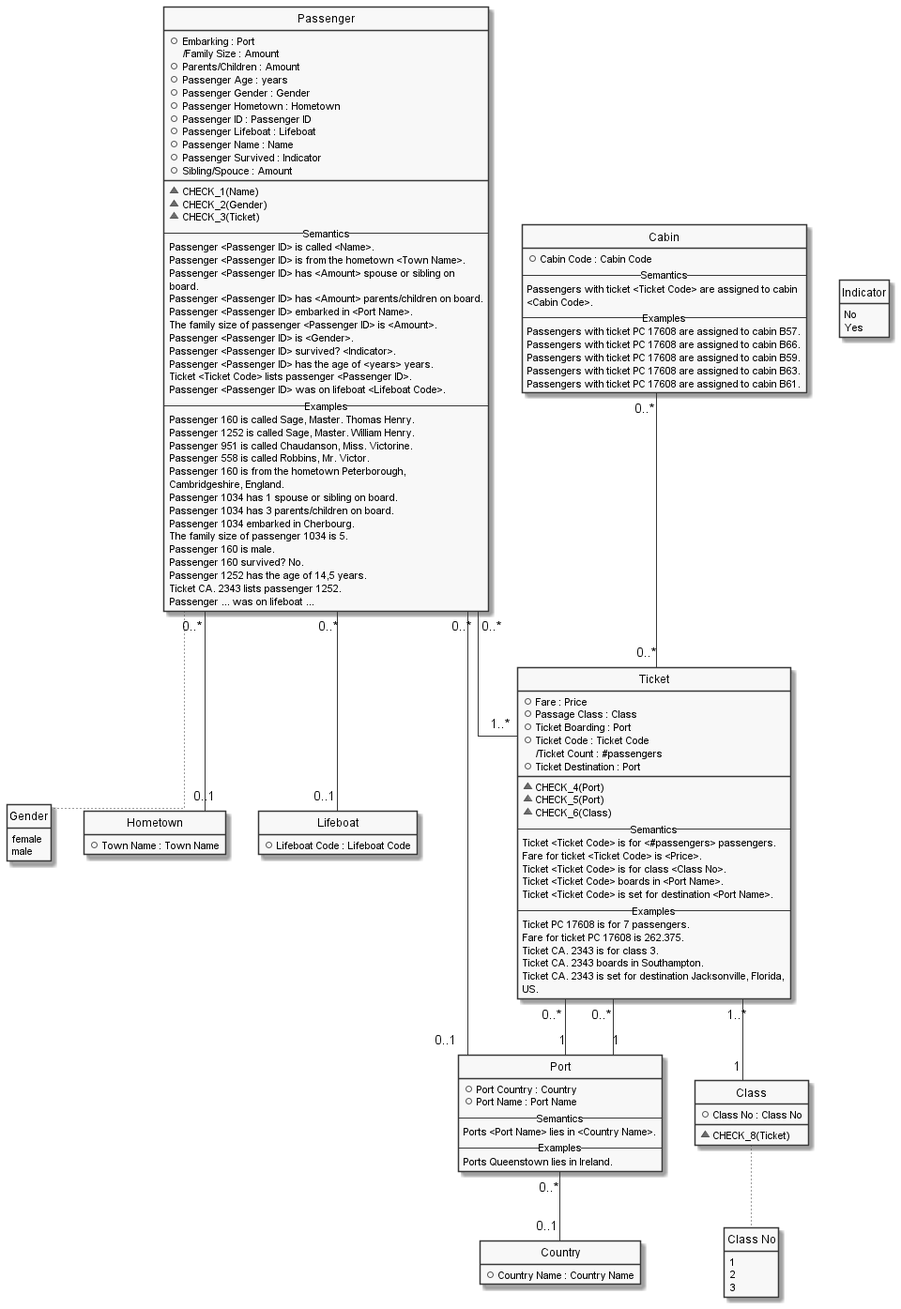
Before: EN/Titanic/titanic.uml.png, a diagram exported from PlantUML (casetalk/Models). The source it was exported from:
```plantuml
@startuml

hide circle
hide stereotype
hide empty members
skinparam monochrome true
skinparam linetype ortho
skinparam backgroundColor transparent
set namespaceSeparator ::

enum "Class No" as Class_No {
  1
  2
  3
}
hide Class_No methods

enum "Gender" as Gender {
  female
  male
}
hide Gender methods

enum "Indicator" as Indicator {
  No
  Yes
}
hide Indicator methods

class "Cabin" as Cabin  {
  +Cabin Code : Cabin Code
-- Semantics --
Passengers with ticket <Ticket Code> are assigned to cabin
<Cabin Code>.
-- Examples --
Passengers with ticket PC 17608 are assigned to cabin B57.
Passengers with ticket PC 17608 are assigned to cabin B66.
Passengers with ticket PC 17608 are assigned to cabin B59.
Passengers with ticket PC 17608 are assigned to cabin B63.
Passengers with ticket PC 17608 are assigned to cabin B61.
  }
hide "Cabin" methods

class "Class" as Class  {
  +Class No : Class No
  __
  ~CHECK_8(Ticket)
  }

class "Country" as Country  {
  +Country Name : Country Name
  }
hide "Country" methods

class "Hometown" as Hometown  {
  +Town Name : Town Name
  }
hide "Hometown" methods

class "Lifeboat" as Lifeboat  {
  +Lifeboat Code : Lifeboat Code
  }
hide "Lifeboat" methods

class "Passenger" as Passenger  {
  +Embarking : Port
  /Family Size : Amount
  +Parents/Children : Amount
  +Passenger Age : years
  +Passenger Gender : Gender
  +Passenger Hometown : Hometown
  +Passenger ID : Passenger ID
  +Passenger Lifeboat : Lifeboat
  +Passenger Name : Name
  +Passenger Survived : Indicator
  +Sibling/Spouce : Amount
  __
  ~CHECK_1(Name)
  ~CHECK_2(Gender)
  ~CHECK_3(Ticket)
-- Semantics --
Passenger <Passenger ID> is called <Name>.
Passenger <Passenger ID> is from the hometown <Town Name>.
Passenger <Passenger ID> has <Amount> spouse or sibling on
board.
Passenger <Passenger ID> has <Amount> parents/children on board.
Passenger <Passenger ID> embarked in <Port Name>.
The family size of passenger <Passenger ID> is <Amount>.
Passenger <Passenger ID> is <Gender>.
Passenger <Passenger ID> survived? <Indicator>.
Passenger <Passenger ID> has the age of <years> years.
Ticket <Ticket Code> lists passenger <Passenger ID>.
Passenger <Passenger ID> was on lifeboat <Lifeboat Code>.
-- Examples --
Passenger 160 is called Sage, Master. Thomas Henry.
Passenger 1252 is called Sage, Master. William Henry.
Passenger 951 is called Chaudanson, Miss. Victorine.
Passenger 558 is called Robbins, Mr. Victor.
Passenger 160 is from the hometown Peterborough,
Cambridgeshire, England.
Passenger 1034 has 1 spouse or sibling on board.
Passenger 1034 has 3 parents/children on board.
Passenger 1034 embarked in Cherbourg.
The family size of passenger 1034 is 5.
Passenger 160 is male.
Passenger 160 survived? No.
Passenger 1252 has the age of 14,5 years.
Ticket CA. 2343 lists passenger 1252.
Passenger ... was on lifeboat ...
  }

class "Port" as Port  {
  +Port Country : Country
  +Port Name : Port Name
-- Semantics --
Ports <Port Name> lies in <Country Name>.
-- Examples --
Ports Queenstown lies in Ireland.
  }
hide "Port" methods

class "Ticket" as Ticket  {
  +Fare : Price
  +Passage Class : Class
  +Ticket Boarding : Port
  +Ticket Code : Ticket Code
  /Ticket Count : #passengers
  +Ticket Destination : Port
  __
  ~CHECK_4(Port)
  ~CHECK_5(Port)
  ~CHECK_6(Class)
-- Semantics --
Ticket <Ticket Code> is for <#passengers> passengers.
Fare for ticket <Ticket Code> is <Price>.
Ticket <Ticket Code> is for class <Class No>.
Ticket <Ticket Code> boards in <Port Name>.
Ticket <Ticket Code> is set for destination <Port Name>.
-- Examples --
Ticket PC 17608 is for 7 passengers.
Fare for ticket PC 17608 is 262.375.
Ticket CA. 2343 is for class 3.
Ticket CA. 2343 boards in Southampton.
Ticket CA. 2343 is set for destination Jacksonville, Florida,
US.
  }

  Passenger "0..*" -- "0..1" Port
  Ticket "1..*" -- "1" Class
  Passenger "0..*" -- "0..1" Hometown
  Passenger "0..*" -- "0..1" Lifeboat
  Port "0..*" -- "0..1" Country
  Ticket "0..*" -- "1" Port
  Ticket "0..*" -- "1" Port
  Cabin "0..*" -- "0..*" Ticket
  Passenger "0..*" -- "1..*" Ticket
  Class -[dotted]- Class_No
  Passenger -[dotted]- Gender
@enduml
```
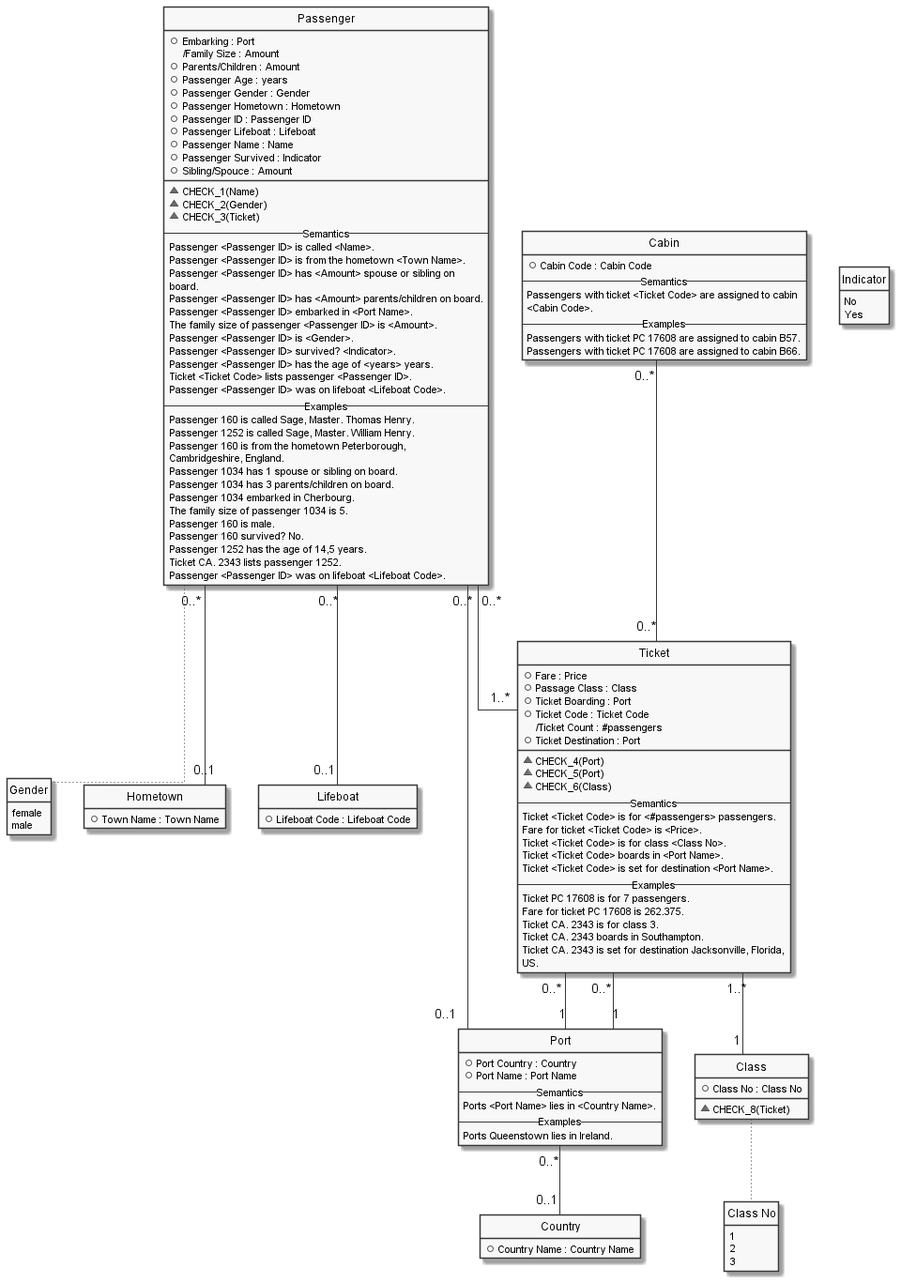
Above is the later version.

The edit, as a diff of the source:
```diff
@@ -35,9 +35,6 @@
 -- Examples --
 Passengers with ticket PC 17608 are assigned to cabin B57.
 Passengers with ticket PC 17608 are assigned to cabin B66.
-Passengers with ticket PC 17608 are assigned to cabin B59.
-Passengers with ticket PC 17608 are assigned to cabin B63.
-Passengers with ticket PC 17608 are assigned to cabin B61.
   }
 hide "Cabin" methods
 
@@ -94,8 +91,6 @@
 -- Examples --
 Passenger 160 is called Sage, Master. Thomas Henry.
 Passenger 1252 is called Sage, Master. William Henry.
-Passenger 951 is called Chaudanson, Miss. Victorine.
-Passenger 558 is called Robbins, Mr. Victor.
 Passenger 160 is from the hometown Peterborough,
 Cambridgeshire, England.
 Passenger 1034 has 1 spouse or sibling on board.
@@ -106,7 +101,7 @@
 Passenger 160 survived? No.
 Passenger 1252 has the age of 14,5 years.
 Ticket CA. 2343 lists passenger 1252.
-Passenger ... was on lifeboat ...
+Passenger <Passenger ID> was on lifeboat <Lifeboat Code>.
   }
 
 class "Port" as Port  {
```
